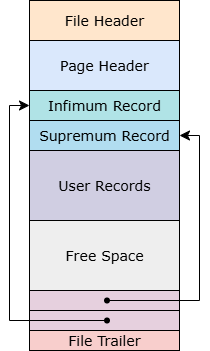
The draw.io diagram mysql/InnoDB索引页记录分组过程drawio.png in guxdong/imgrepo, before a commit. Source tidied: cells renumbered, new cells last; positions are measured from the earlier drawing's top-left corner, leaving out a move shared by most shapes.
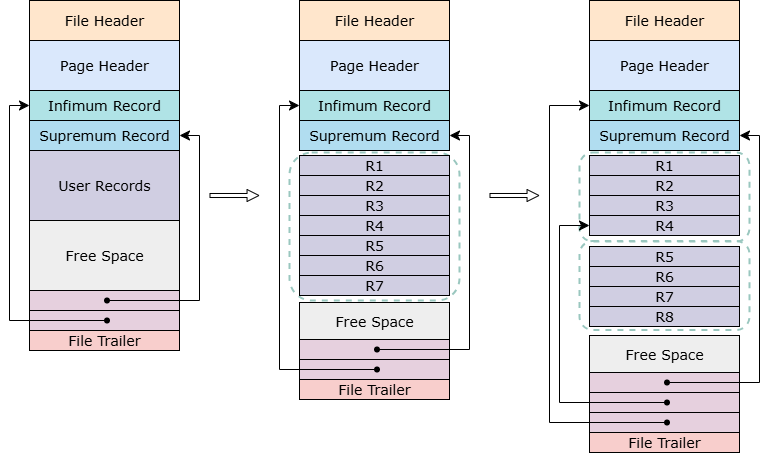
Later version of the same file.

Commit message:
更新InnoDB索引页记录分组过程drawio.png

The edit, as a diff of the source:
```diff
@@ -2,6 +2,15 @@
   <root>
     <mxCell id="0" />
     <mxCell id="1" parent="0" />
+    <mxCell id="17" style="rounded=1;whiteSpace=wrap;html=1;dashed=1;fillColor=none;strokeColor=#9AC7BF;strokeWidth=2;" parent="1" vertex="1">
+      <mxGeometry x="570" y="240.5" width="170" height="89" as="geometry" />
+    </mxCell>
+    <mxCell id="18" style="rounded=1;whiteSpace=wrap;html=1;dashed=1;fillColor=none;strokeColor=#9AC7BF;strokeWidth=2;" parent="1" vertex="1">
+      <mxGeometry x="570" y="152" width="170" height="89" as="geometry" />
+    </mxCell>
+    <mxCell id="19" style="rounded=1;whiteSpace=wrap;html=1;dashed=1;fillColor=none;strokeColor=#9AC7BF;strokeWidth=2;" parent="1" vertex="1">
+      <mxGeometry x="280" y="152" width="170" height="148" as="geometry" />
+    </mxCell>
     <mxCell id="2" value="File Header" style="rounded=0;whiteSpace=wrap;html=1;fontFamily=Verdana;fontSize=14;fillColor=#ffe6cc;strokeColor=default;" parent="1" vertex="1">
       <mxGeometry x="20" width="150" height="40" as="geometry" />
     </mxCell>
@@ -55,5 +64,178 @@
         </Array>
       </mxGeometry>
     </mxCell>
+    <mxCell id="20" value="File Header" style="rounded=0;whiteSpace=wrap;html=1;fontFamily=Verdana;fontSize=14;fillColor=#ffe6cc;strokeColor=default;" parent="1" vertex="1">
+      <mxGeometry x="290" width="150" height="40" as="geometry" />
+    </mxCell>
+    <mxCell id="21" value="Page Header" style="rounded=0;whiteSpace=wrap;html=1;fontFamily=Verdana;fontSize=14;fillColor=#dae8fc;strokeColor=default;" parent="1" vertex="1">
+      <mxGeometry x="290" y="40" width="150" height="50" as="geometry" />
+    </mxCell>
+    <mxCell id="22" value="Infimum Record" style="rounded=0;whiteSpace=wrap;html=1;fontFamily=Verdana;fontSize=14;fillColor=#b0e3e6;strokeColor=default;" parent="1" vertex="1">
+      <mxGeometry x="290" y="90" width="150" height="30" as="geometry" />
+    </mxCell>
+    <mxCell id="23" value="Supremum Record" style="rounded=0;whiteSpace=wrap;html=1;fontFamily=Verdana;fontSize=14;fillColor=#b1ddf0;strokeColor=default;" parent="1" vertex="1">
+      <mxGeometry x="290" y="120" width="150" height="30" as="geometry" />
+    </mxCell>
+    <mxCell id="24" value="Free Space" style="rounded=0;whiteSpace=wrap;html=1;fontFamily=Verdana;fontSize=14;fillColor=#eeeeee;strokeColor=default;" parent="1" vertex="1">
+      <mxGeometry x="290" y="302" width="150" height="37" as="geometry" />
+    </mxCell>
+    <mxCell id="25" value="File Trailer" style="rounded=0;whiteSpace=wrap;html=1;fontFamily=Verdana;fontSize=14;fillColor=#f8cecc;strokeColor=default;" parent="1" vertex="1">
+      <mxGeometry x="290" y="379" width="150" height="20" as="geometry" />
+    </mxCell>
+    <mxCell id="26" style="group;" parent="1" vertex="1">
+      <mxGeometry x="290" y="339" width="150" height="20" as="geometry" />
+    </mxCell>
+    <mxCell id="27" style="rounded=0;whiteSpace=wrap;html=1;fontFamily=Verdana;fontSize=14;fillColor=#E6D0DE;strokeColor=default;" parent="26" vertex="1">
+      <mxGeometry width="150" height="20" as="geometry" />
+    </mxCell>
+    <mxCell id="28" style="shape=waypoint;sketch=0;fillStyle=solid;size=6;points=[];fillColor=none;perimeter=centerPerimeter;snapToPoint=1;" parent="26" vertex="1">
+      <mxGeometry x="67.5" width="20" height="20" as="geometry" />
+    </mxCell>
+    <mxCell id="29" style="group;" parent="1" vertex="1">
+      <mxGeometry x="290" y="359" width="150" height="20" as="geometry" />
+    </mxCell>
+    <mxCell id="30" style="rounded=0;whiteSpace=wrap;html=1;fontFamily=Verdana;fontSize=14;fillColor=#E6D0DE;strokeColor=default;" parent="29" vertex="1">
+      <mxGeometry width="150" height="20" as="geometry" />
+    </mxCell>
+    <mxCell id="31" style="shape=waypoint;sketch=0;fillStyle=solid;size=6;points=[];fillColor=none;perimeter=centerPerimeter;snapToPoint=1;" parent="29" vertex="1">
+      <mxGeometry x="67.5" width="20" height="20" as="geometry" />
+    </mxCell>
+    <mxCell id="32" style="edgeStyle=elbowEdgeStyle;elbow=vertical;endArrow=classic;html=1;curved=0;rounded=0;endSize=8;startSize=8;entryX=1;entryY=0.5;entryDx=0;entryDy=0;" parent="1" edge="1" source="28" target="23">
+      <mxGeometry relative="1" as="geometry">
+        <Array as="points">
+          <mxPoint x="460" y="220" />
+        </Array>
+      </mxGeometry>
+    </mxCell>
+    <mxCell id="33" style="edgeStyle=elbowEdgeStyle;elbow=vertical;endArrow=classic;html=1;curved=0;rounded=0;endSize=8;startSize=8;entryX=0;entryY=0.5;entryDx=0;entryDy=0;" parent="1" edge="1" source="31" target="22">
+      <mxGeometry relative="1" as="geometry">
+        <Array as="points">
+          <mxPoint x="270" y="320" />
+        </Array>
+      </mxGeometry>
+    </mxCell>
+    <mxCell id="34" value="R1" style="rounded=0;whiteSpace=wrap;html=1;fontFamily=Verdana;fontSize=14;fillColor=#d0cee2;strokeColor=default;" parent="1" vertex="1">
+      <mxGeometry x="290" y="155" width="150" height="20" as="geometry" />
+    </mxCell>
+    <mxCell id="35" value="R2" style="rounded=0;whiteSpace=wrap;html=1;fontFamily=Verdana;fontSize=14;fillColor=#d0cee2;strokeColor=default;" parent="1" vertex="1">
+      <mxGeometry x="290" y="175" width="150" height="20" as="geometry" />
+    </mxCell>
+    <mxCell id="36" value="R3" style="rounded=0;whiteSpace=wrap;html=1;fontFamily=Verdana;fontSize=14;fillColor=#d0cee2;strokeColor=default;" parent="1" vertex="1">
+      <mxGeometry x="290" y="195" width="150" height="20" as="geometry" />
+    </mxCell>
+    <mxCell id="37" value="R4" style="rounded=0;whiteSpace=wrap;html=1;fontFamily=Verdana;fontSize=14;fillColor=#d0cee2;strokeColor=default;" parent="1" vertex="1">
+      <mxGeometry x="290" y="215" width="150" height="20" as="geometry" />
+    </mxCell>
+    <mxCell id="38" value="R5" style="rounded=0;whiteSpace=wrap;html=1;fontFamily=Verdana;fontSize=14;fillColor=#d0cee2;strokeColor=default;" parent="1" vertex="1">
+      <mxGeometry x="290" y="235" width="150" height="20" as="geometry" />
+    </mxCell>
+    <mxCell id="39" value="R6" style="rounded=0;whiteSpace=wrap;html=1;fontFamily=Verdana;fontSize=14;fillColor=#d0cee2;strokeColor=default;" parent="1" vertex="1">
+      <mxGeometry x="290" y="255" width="150" height="20" as="geometry" />
+    </mxCell>
+    <mxCell id="40" value="R7" style="rounded=0;whiteSpace=wrap;html=1;fontFamily=Verdana;fontSize=14;fillColor=#d0cee2;strokeColor=default;" parent="1" vertex="1">
+      <mxGeometry x="290" y="275" width="150" height="20" as="geometry" />
+    </mxCell>
+    <mxCell id="41" value="R8" style="rounded=0;whiteSpace=wrap;html=1;fontFamily=Verdana;fontSize=14;fillColor=#d0cee2;strokeColor=default;" parent="1" vertex="1">
+      <mxGeometry x="580" y="306" width="150" height="20" as="geometry" />
+    </mxCell>
+    <mxCell id="42" value="File Header" style="rounded=0;whiteSpace=wrap;html=1;fontFamily=Verdana;fontSize=14;fillColor=#ffe6cc;strokeColor=default;" parent="1" vertex="1">
+      <mxGeometry x="580" width="150" height="40" as="geometry" />
+    </mxCell>
+    <mxCell id="43" value="Page Header" style="rounded=0;whiteSpace=wrap;html=1;fontFamily=Verdana;fontSize=14;fillColor=#dae8fc;strokeColor=default;" parent="1" vertex="1">
+      <mxGeometry x="580" y="40" width="150" height="50" as="geometry" />
+    </mxCell>
+    <mxCell id="44" value="Infimum Record" style="rounded=0;whiteSpace=wrap;html=1;fontFamily=Verdana;fontSize=14;fillColor=#b0e3e6;strokeColor=default;" parent="1" vertex="1">
+      <mxGeometry x="580" y="90" width="150" height="30" as="geometry" />
+    </mxCell>
+    <mxCell id="45" value="Supremum Record" style="rounded=0;whiteSpace=wrap;html=1;fontFamily=Verdana;fontSize=14;fillColor=#b1ddf0;strokeColor=default;" parent="1" vertex="1">
+      <mxGeometry x="580" y="120" width="150" height="30" as="geometry" />
+    </mxCell>
+    <mxCell id="46" value="Free Space" style="rounded=0;whiteSpace=wrap;html=1;fontFamily=Verdana;fontSize=14;fillColor=#eeeeee;strokeColor=default;" parent="1" vertex="1">
+      <mxGeometry x="580" y="335" width="150" height="37" as="geometry" />
+    </mxCell>
+    <mxCell id="47" value="File Trailer" style="rounded=0;whiteSpace=wrap;html=1;fontFamily=Verdana;fontSize=14;fillColor=#f8cecc;strokeColor=default;" parent="1" vertex="1">
+      <mxGeometry x="580" y="432" width="150" height="20" as="geometry" />
+    </mxCell>
+    <mxCell id="48" style="group;" parent="1" vertex="1">
+      <mxGeometry x="580" y="372" width="150" height="20" as="geometry" />
+    </mxCell>
+    <mxCell id="49" style="rounded=0;whiteSpace=wrap;html=1;fontFamily=Verdana;fontSize=14;fillColor=#E6D0DE;strokeColor=default;" parent="48" vertex="1">
+      <mxGeometry width="150" height="20" as="geometry" />
+    </mxCell>
+    <mxCell id="50" style="shape=waypoint;sketch=0;fillStyle=solid;size=6;points=[];fillColor=none;perimeter=centerPerimeter;snapToPoint=1;" parent="48" vertex="1">
+      <mxGeometry x="67.5" width="20" height="20" as="geometry" />
+    </mxCell>
+    <mxCell id="51" style="group;" parent="1" vertex="1">
+      <mxGeometry x="580" y="412" width="150" height="20" as="geometry" />
+    </mxCell>
+    <mxCell id="52" style="rounded=0;whiteSpace=wrap;html=1;fontFamily=Verdana;fontSize=14;fillColor=#E6D0DE;strokeColor=default;" parent="51" vertex="1">
+      <mxGeometry width="150" height="20" as="geometry" />
+    </mxCell>
+    <mxCell id="53" style="shape=waypoint;sketch=0;fillStyle=solid;size=6;points=[];fillColor=none;perimeter=centerPerimeter;snapToPoint=1;" parent="51" vertex="1">
+      <mxGeometry x="67.5" width="20" height="20" as="geometry" />
+    </mxCell>
+    <mxCell id="54" style="edgeStyle=elbowEdgeStyle;elbow=vertical;endArrow=classic;html=1;curved=0;rounded=0;endSize=8;startSize=8;entryX=1;entryY=0.5;entryDx=0;entryDy=0;" parent="1" edge="1" source="50" target="45">
+      <mxGeometry relative="1" as="geometry">
+        <Array as="points">
+          <mxPoint x="750" y="220" />
+        </Array>
+      </mxGeometry>
+    </mxCell>
+    <mxCell id="55" style="edgeStyle=elbowEdgeStyle;elbow=vertical;endArrow=classic;html=1;curved=0;rounded=0;endSize=8;startSize=8;entryX=0;entryY=0.5;entryDx=0;entryDy=0;" parent="1" edge="1" source="53" target="44">
+      <mxGeometry relative="1" as="geometry">
+        <Array as="points">
+          <mxPoint x="540" y="260" />
+        </Array>
+      </mxGeometry>
+    </mxCell>
+    <mxCell id="56" value="R1" style="rounded=0;whiteSpace=wrap;html=1;fontFamily=Verdana;fontSize=14;fillColor=#d0cee2;strokeColor=default;" parent="1" vertex="1">
+      <mxGeometry x="580" y="155" width="150" height="20" as="geometry" />
+    </mxCell>
+    <mxCell id="57" value="R2" style="rounded=0;whiteSpace=wrap;html=1;fontFamily=Verdana;fontSize=14;fillColor=#d0cee2;strokeColor=default;" parent="1" vertex="1">
+      <mxGeometry x="580" y="175" width="150" height="20" as="geometry" />
+    </mxCell>
+    <mxCell id="58" value="R3" style="rounded=0;whiteSpace=wrap;html=1;fontFamily=Verdana;fontSize=14;fillColor=#d0cee2;strokeColor=default;" parent="1" vertex="1">
+      <mxGeometry x="580" y="195" width="150" height="20" as="geometry" />
+    </mxCell>
+    <mxCell id="59" value="R4" style="rounded=0;whiteSpace=wrap;html=1;fontFamily=Verdana;fontSize=14;fillColor=#d0cee2;strokeColor=default;" parent="1" vertex="1">
+      <mxGeometry x="580" y="215" width="150" height="20" as="geometry" />
+    </mxCell>
+    <mxCell id="60" value="R5" style="rounded=0;whiteSpace=wrap;html=1;fontFamily=Verdana;fontSize=14;fillColor=#d0cee2;strokeColor=default;" parent="1" vertex="1">
+      <mxGeometry x="580" y="246" width="150" height="20" as="geometry" />
+    </mxCell>
+    <mxCell id="61" value="R6" style="rounded=0;whiteSpace=wrap;html=1;fontFamily=Verdana;fontSize=14;fillColor=#d0cee2;strokeColor=default;" parent="1" vertex="1">
+      <mxGeometry x="580" y="266" width="150" height="20" as="geometry" />
+    </mxCell>
+    <mxCell id="62" value="R7" style="rounded=0;whiteSpace=wrap;html=1;fontFamily=Verdana;fontSize=14;fillColor=#d0cee2;strokeColor=default;" parent="1" vertex="1">
+      <mxGeometry x="580" y="286" width="150" height="20" as="geometry" />
+    </mxCell>
+    <mxCell id="63" style="group;" parent="1" vertex="1">
+      <mxGeometry x="580" y="392" width="150" height="20" as="geometry" />
+    </mxCell>
+    <mxCell id="64" style="rounded=0;whiteSpace=wrap;html=1;fontFamily=Verdana;fontSize=14;fillColor=#E6D0DE;strokeColor=default;" parent="63" vertex="1">
+      <mxGeometry width="150" height="20" as="geometry" />
+    </mxCell>
+    <mxCell id="65" style="shape=waypoint;sketch=0;fillStyle=solid;size=6;points=[];fillColor=none;perimeter=centerPerimeter;snapToPoint=1;" parent="63" vertex="1">
+      <mxGeometry x="67.5" width="20" height="20" as="geometry" />
+    </mxCell>
+    <mxCell id="66" style="edgeStyle=elbowEdgeStyle;elbow=vertical;endArrow=classic;html=1;curved=0;rounded=0;endSize=8;startSize=8;entryX=0;entryY=0.5;entryDx=0;entryDy=0;" parent="1" edge="1" source="65" target="59">
+      <mxGeometry relative="1" as="geometry">
+        <Array as="points">
+          <mxPoint x="550" y="400" />
+        </Array>
+      </mxGeometry>
+    </mxCell>
+    <mxCell id="67" style="shape=flexArrow;endArrow=classic;html=1;rounded=0;width=4.015444015444015;endSize=3.6486486486486487;endWidth=6.935483870967742;" parent="1" edge="1">
+      <mxGeometry relative="1" as="geometry">
+        <mxPoint x="200" y="195" as="sourcePoint" />
+        <mxPoint x="250" y="195" as="targetPoint" />
+      </mxGeometry>
+    </mxCell>
+    <mxCell id="68" style="shape=flexArrow;endArrow=classic;html=1;rounded=0;width=4.015444015444015;endSize=3.6486486486486487;endWidth=6.935483870967742;" parent="1" edge="1">
+      <mxGeometry relative="1" as="geometry">
+        <mxPoint x="480" y="195" as="sourcePoint" />
+        <mxPoint x="530" y="195" as="targetPoint" />
+      </mxGeometry>
+    </mxCell>
   </root>
 </mxGraphModel>
```
